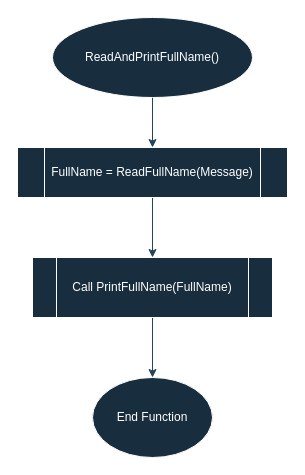
Earlier version of the draw.io diagram page "Page-1" (1 of 2) of 01_Level/02_ReadAndPrintFullName/Source/FlowChart.drawio (Ahmad-shehada/Problem-Solving). Source tidied: cells renumbered, new cells numbered last; positions are measured from the earlier drawing's top-left corner, leaving out a move shared by most shapes. Both pictures are drawn from the tidied source at 100%, with x=0, y=0 at pixel (17, 17).
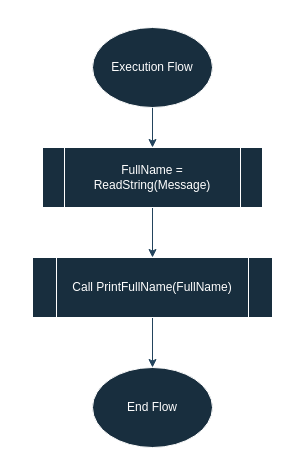
The same diagram, later.

Change to the diagram source:
```diff
@@
 <mxGraphModel>
   <root>
     <mxCell id="0" />
     <mxCell id="1" parent="0" />
-    <mxCell id="2" style="edgeStyle=orthogonalEdgeStyle;rounded=0;jettySize=auto;html=1;labelBackgroundColor=none;strokeColor=#23445D;fontColor=default;" parent="1" edge="1" source="3" target="5">
-      <mxGeometry relative="1" as="geometry" />
-    </mxCell>
-    <mxCell id="3" value="ReadAndPrintFullName()" style="ellipse;whiteSpace=wrap;html=1;labelBackgroundColor=none;fillColor=#182E3E;strokeColor=#FFFFFF;fontColor=#FFFFFF;" parent="1" vertex="1">
-      <mxGeometry x="35" width="200" height="80" as="geometry" />
-    </mxCell>
-    <mxCell id="4" style="edgeStyle=orthogonalEdgeStyle;rounded=0;jettySize=auto;html=1;labelBackgroundColor=none;strokeColor=#23445D;fontColor=default;" parent="1" edge="1" source="5" target="7">
-      <mxGeometry relative="1" as="geometry" />
-    </mxCell>
-    <mxCell id="5" value="FullName = ReadFullName(Message)" style="shape=process;whiteSpace=wrap;html=1;backgroundOutline=1;labelBackgroundColor=none;fillColor=#182E3E;strokeColor=#FFFFFF;fontColor=#FFFFFF;" parent="1" vertex="1">
-      <mxGeometry y="130" width="270" height="50" as="geometry" />
-    </mxCell>
-    <mxCell id="6" style="edgeStyle=orthogonalEdgeStyle;rounded=0;jettySize=auto;html=1;labelBackgroundColor=none;strokeColor=#23445D;fontColor=default;" parent="1" edge="1" source="7" target="8">
-      <mxGeometry relative="1" as="geometry" />
-    </mxCell>
+    <mxCell id="9" style="edgeStyle=orthogonalEdgeStyle;rounded=0;jettySize=auto;html=1;strokeColor=#23445D;" parent="1" edge="1" source="10" target="12">
+      <mxGeometry relative="1" as="geometry" />
+    </mxCell>
+    <mxCell id="10" value="Execution Flow" style="ellipse;whiteSpace=wrap;html=1;labelBackgroundColor=none;fillColor=#182E3E;strokeColor=#FFFFFF;fontColor=#FFFFFF;" parent="1" vertex="1">
+      <mxGeometry x="75" y="10" width="120" height="80" as="geometry" />
+    </mxCell>
+    <mxCell id="11" style="edgeStyle=orthogonalEdgeStyle;rounded=0;jettySize=auto;html=1;strokeColor=#23445D;" parent="1" edge="1" source="12" target="7">
+      <mxGeometry relative="1" as="geometry" />
+    </mxCell>
+    <mxCell id="12" value="FullName = ReadString(Message)" style="shape=process;whiteSpace=wrap;html=1;backgroundOutline=1;fillColor=#182E3E;strokeColor=#FFFFFF;fontColor=#FFFFFF;labelBackgroundColor=none;" parent="1" vertex="1">
+      <mxGeometry x="25" y="130" width="220" height="60" as="geometry" />
+    </mxCell>
+    <mxCell id="13" style="edgeStyle=orthogonalEdgeStyle;rounded=0;jettySize=auto;html=1;strokeColor=#23445D;" parent="1" edge="1" source="7" target="14">
+      <mxGeometry relative="1" as="geometry" />
+    </mxCell>
-    <mxCell id="7" value="Call PrintFullName(FullName)" style="shape=process;whiteSpace=wrap;html=1;backgroundOutline=1;labelBackgroundColor=none;fillColor=#182E3E;strokeColor=#FFFFFF;fontColor=#FFFFFF;" parent="1" vertex="1">
+    <mxCell id="7" value="Call PrintFullName(FullName)" style="shape=process;whiteSpace=wrap;html=1;backgroundOutline=1;fillColor=#182E3E;strokeColor=#FFFFFF;fontColor=#FFFFFF;labelBackgroundColor=none;" parent="1" vertex="1">
       <mxGeometry x="15" y="240" width="240" height="60" as="geometry" />
     </mxCell>
-    <mxCell id="8" value="End Function" style="ellipse;whiteSpace=wrap;html=1;labelBackgroundColor=none;fillColor=#182E3E;strokeColor=#FFFFFF;fontColor=#FFFFFF;" parent="1" vertex="1">
-      <mxGeometry x="75" y="360" width="120" height="80" as="geometry" />
-    </mxCell>
+    <mxCell id="14" value="End Flow" style="ellipse;whiteSpace=wrap;html=1;strokeColor=#FFFFFF;fontColor=#FFFFFF;fillColor=#182E3E;" parent="1" vertex="1">
+      <mxGeometry x="75" y="350" width="120" height="80" as="geometry" />
+    </mxCell>
   </root>
 </mxGraphModel>
```
